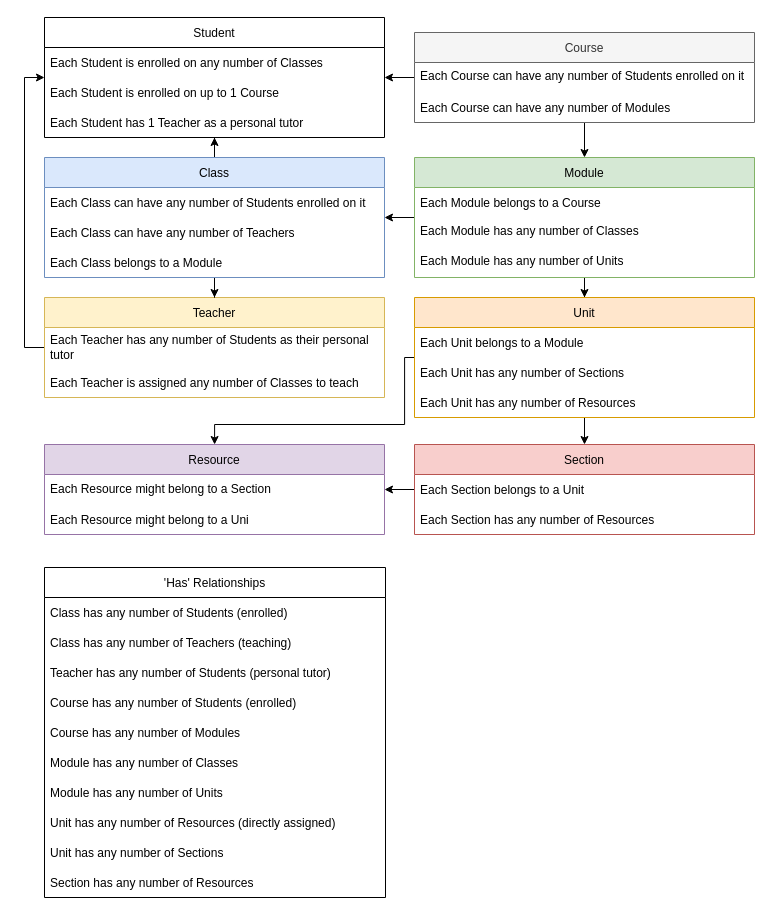
The draw.io diagram Docs/GoLearn_DataModel.drawio in brad1066/uni-capstone, before the edit. Source tidied: cells renumbered, new cells numbered last; positions are measured from the earlier drawing's top-left corner, leaving out a move shared by most shapes. Both pictures are drawn from the tidied source at 100%, with x=0, y=0 at pixel (24, 17).
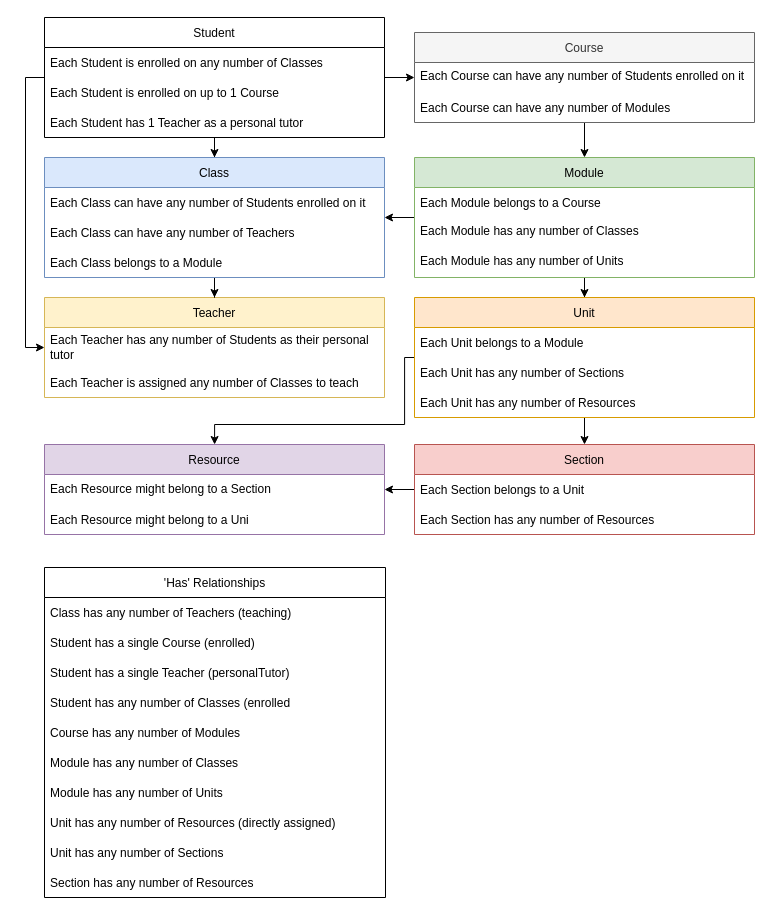
Above is the later version.

Unchanged cells that the change refers to:
```xml
<mxCell id="2" value="Student" style="swimlane;fontStyle=0;horizontal=1;startSize=30;" parent="1" vertex="1">
  <mxGeometry x="20" width="340" height="120" as="geometry" />
</mxCell>
<mxCell id="7" value="Teacher" style="swimlane;fontStyle=0;horizontal=1;startSize=30;fillColor=#fff2cc;strokeColor=#d6b656;" parent="1" vertex="1">
  <mxGeometry x="20" y="280" width="340" height="100" as="geometry" />
</mxCell>
<mxCell id="12" value="Course" style="swimlane;fontStyle=0;horizontal=1;startSize=30;fillColor=#f5f5f5;fontColor=#333333;strokeColor=#666666;" parent="1" vertex="1">
  <mxGeometry x="390" y="15" width="340" height="90" as="geometry" />
</mxCell>
<mxCell id="17" value="Class" style="swimlane;fontStyle=0;horizontal=1;startSize=30;fillColor=#dae8fc;strokeColor=#6c8ebf;" parent="1" vertex="1">
  <mxGeometry x="20" y="140" width="340" height="120" as="geometry" />
</mxCell>
<mxCell id="40" value="'Has' Relationships" style="swimlane;fontStyle=0;horizontal=1;startSize=30;fillColor=default;" parent="1" vertex="1">
  <mxGeometry x="20" y="550" width="341" height="330" as="geometry" />
</mxCell>
```

What changed in the source:
```diff
@@
+    <mxCell id="51" style="edgeStyle=orthogonalEdgeStyle;rounded=0;jumpStyle=line;jettySize=auto;html=1;" parent="1" edge="1" source="2" target="7">
+      <mxGeometry relative="1" as="geometry">
+        <Array as="points">
+          <mxPoint x="1" y="60" />
+          <mxPoint x="1" y="330" />
+        </Array>
+      </mxGeometry>
+    </mxCell>
+    <mxCell id="52" style="edgeStyle=orthogonalEdgeStyle;rounded=0;jumpStyle=line;jettySize=auto;html=1;" parent="1" edge="1" source="2" target="12">
+      <mxGeometry relative="1" as="geometry" />
+    </mxCell>
+    <mxCell id="53" style="edgeStyle=orthogonalEdgeStyle;rounded=0;jumpStyle=line;jettySize=auto;html=1;" parent="1" edge="1" source="2" target="17">
+      <mxGeometry relative="1" as="geometry" />
+    </mxCell>
@@
-    <mxCell id="6" style="edgeStyle=orthogonalEdgeStyle;rounded=0;jumpStyle=line;jettySize=auto;html=1;" parent="1" edge="1" source="7" target="2">
-      <mxGeometry relative="1" as="geometry">
-        <Array as="points">
-          <mxPoint y="330" />
-          <mxPoint y="60" />
-        </Array>
-      </mxGeometry>
-    </mxCell>
@@
-    <mxCell id="11" style="edgeStyle=orthogonalEdgeStyle;rounded=0;jumpStyle=line;jettySize=auto;html=1;" parent="1" edge="1" source="12" target="2">
-      <mxGeometry relative="1" as="geometry" />
-    </mxCell>
@@
-    <mxCell id="15" style="edgeStyle=orthogonalEdgeStyle;rounded=0;jumpStyle=line;jettySize=auto;html=1;" parent="1" edge="1" source="17" target="2">
-      <mxGeometry relative="1" as="geometry" />
-    </mxCell>
@@
+    <mxCell id="42" value="Class has any number of Teachers (teaching)" style="text;strokeColor=none;fillColor=none;align=left;verticalAlign=middle;spacingLeft=4;spacingRight=4;overflow=hidden;" parent="40" vertex="1">
+      <mxGeometry y="30" width="341" height="30" as="geometry" />
+    </mxCell>
-    <mxCell id="41" value="Class has any number of Students (enrolled)" style="text;strokeColor=none;fillColor=none;align=left;verticalAlign=middle;spacingLeft=4;spacingRight=4;overflow=hidden;" parent="40" vertex="1">
-      <mxGeometry y="30" width="341" height="30" as="geometry" />
+    <mxCell id="41" value="Student has a single Course (enrolled)" style="text;strokeColor=none;fillColor=none;align=left;verticalAlign=middle;spacingLeft=4;spacingRight=4;overflow=hidden;" parent="40" vertex="1">
+      <mxGeometry y="60" width="341" height="30" as="geometry" />
     </mxCell>
-    <mxCell id="42" value="Class has any number of Teachers (teaching)" style="text;strokeColor=none;fillColor=none;align=left;verticalAlign=middle;spacingLeft=4;spacingRight=4;overflow=hidden;" parent="40" vertex="1">
-      <mxGeometry y="60" width="341" height="30" as="geometry" />
-    </mxCell>
-    <mxCell id="43" value="Teacher has any number of Students (personal tutor)" style="text;strokeColor=none;fillColor=none;align=left;verticalAlign=middle;spacingLeft=4;spacingRight=4;overflow=hidden;" parent="40" vertex="1">
+    <mxCell id="43" value="Student has a single Teacher (personalTutor)" style="text;strokeColor=none;fillColor=none;align=left;verticalAlign=middle;spacingLeft=4;spacingRight=4;overflow=hidden;" parent="40" vertex="1">
       <mxGeometry y="90" width="341" height="30" as="geometry" />
     </mxCell>
-    <mxCell id="44" value="Course has any number of Students (enrolled)" style="text;strokeColor=none;fillColor=none;align=left;verticalAlign=middle;spacingLeft=4;spacingRight=4;overflow=hidden;" parent="40" vertex="1">
+    <mxCell id="44" value="Student has any number of Classes (enrolled" style="text;strokeColor=none;fillColor=none;align=left;verticalAlign=middle;spacingLeft=4;spacingRight=4;overflow=hidden;" parent="40" vertex="1">
       <mxGeometry y="120" width="341" height="30" as="geometry" />
     </mxCell>
```
